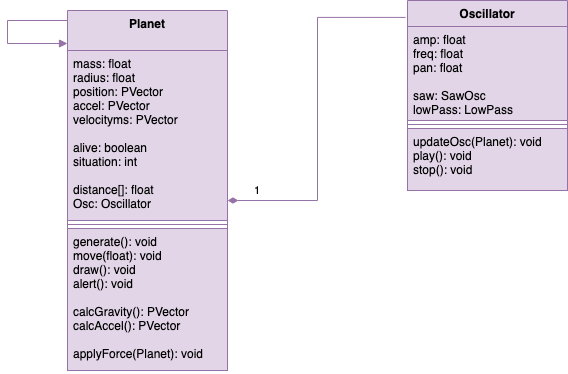
The draw.io diagram Klassendiagramm.drawio.png in Kepasu/Informatik-Projekt-S1, before a commit. Source tidied: cells renumbered, new cells last; positions are measured from the earlier drawing's top-left corner, leaving out a move shared by most shapes.
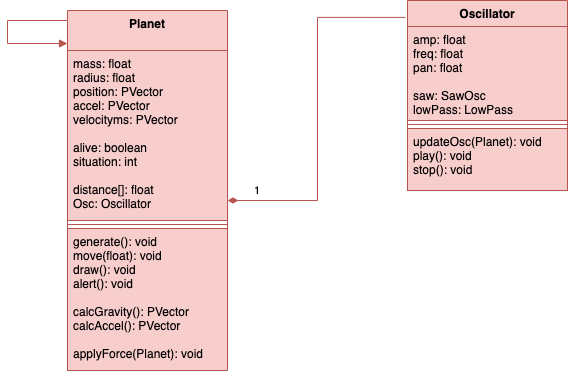
The same diagram one commit later.

Change to the diagram source:
```diff
@@ -2,10 +2,10 @@
   <root>
     <mxCell id="0" />
     <mxCell id="1" parent="0" />
-    <mxCell id="2" value="Planet" style="swimlane;fontStyle=1;align=center;verticalAlign=top;horizontal=1;startSize=40;fillColor=#e1d5e7;strokeColor=#9673a6;" parent="1" vertex="1">
+    <mxCell id="2" value="Planet" style="swimlane;fontStyle=1;align=center;verticalAlign=top;horizontal=1;startSize=40;fillColor=#f8cecc;strokeColor=#b85450;" parent="1" vertex="1">
       <mxGeometry x="60" y="10" width="160" height="360" as="geometry" />
     </mxCell>
-    <mxCell id="3" style="endArrow=block;endFill=1;html=1;edgeStyle=orthogonalEdgeStyle;align=left;verticalAlign=top;rounded=0;fillColor=#e1d5e7;strokeColor=#9673a6;" parent="2" edge="1">
+    <mxCell id="3" style="endArrow=block;endFill=1;html=1;edgeStyle=orthogonalEdgeStyle;align=left;verticalAlign=top;rounded=0;fillColor=#f8cecc;strokeColor=#b85450;" parent="2" edge="1">
       <mxGeometry x="-0.17" y="-40" relative="1" as="geometry">
         <mxPoint y="10" as="sourcePoint" />
         <mxPoint y="33" as="targetPoint" />
@@ -15,28 +15,28 @@
         </Array>
       </mxGeometry>
     </mxCell>
-    <mxCell id="4" value="mass: float&#10;radius: float&#10;position: PVector&#10;accel: PVector&#10;velocityms: PVector&#10;&#10;alive: boolean&#10;situation: int&#10;&#10;distance[]: float&#10;Osc: Oscillator&#10;" style="text;align=left;verticalAlign=top;spacingLeft=4;spacingRight=4;overflow=hidden;points=[[0,0.5],[1,0.5]];portConstraint=eastwest;fillColor=#e1d5e7;strokeColor=#9673a6;" parent="2" vertex="1">
+    <mxCell id="4" value="mass: float&#10;radius: float&#10;position: PVector&#10;accel: PVector&#10;velocityms: PVector&#10;&#10;alive: boolean&#10;situation: int&#10;&#10;distance[]: float&#10;Osc: Oscillator&#10;" style="text;align=left;verticalAlign=top;spacingLeft=4;spacingRight=4;overflow=hidden;points=[[0,0.5],[1,0.5]];portConstraint=eastwest;fillColor=#f8cecc;strokeColor=#b85450;" parent="2" vertex="1">
       <mxGeometry y="40" width="160" height="170" as="geometry" />
     </mxCell>
-    <mxCell id="5" style="line;strokeWidth=1;align=left;verticalAlign=middle;spacingTop=-1;spacingLeft=3;spacingRight=3;labelPosition=right;fillColor=#e1d5e7;strokeColor=#9673a6;" parent="2" vertex="1">
+    <mxCell id="5" style="line;strokeWidth=1;align=left;verticalAlign=middle;spacingTop=-1;spacingLeft=3;spacingRight=3;labelPosition=right;fillColor=#f8cecc;strokeColor=#b85450;" parent="2" vertex="1">
       <mxGeometry y="210" width="160" height="8" as="geometry" />
     </mxCell>
-    <mxCell id="6" value="generate(): void&#10;move(float): void&#10;draw(): void&#10;alert(): void&#10;&#10;calcGravity(): PVector&#10;calcAccel(): PVector&#10;&#10;applyForce(Planet): void&#10;&#10;" style="text;align=left;verticalAlign=top;spacingLeft=4;spacingRight=4;overflow=hidden;fillColor=#e1d5e7;strokeColor=#9673a6;" parent="2" vertex="1">
+    <mxCell id="6" value="generate(): void&#10;move(float): void&#10;draw(): void&#10;alert(): void&#10;&#10;calcGravity(): PVector&#10;calcAccel(): PVector&#10;&#10;applyForce(Planet): void&#10;&#10;" style="text;align=left;verticalAlign=top;spacingLeft=4;spacingRight=4;overflow=hidden;fillColor=#f8cecc;strokeColor=#b85450;" parent="2" vertex="1">
       <mxGeometry y="218" width="160" height="142" as="geometry" />
     </mxCell>
-    <mxCell id="7" value="Oscillator" style="swimlane;fontStyle=1;align=center;verticalAlign=top;horizontal=1;startSize=26;fillColor=#e1d5e7;strokeColor=#9673a6;" parent="1" vertex="1">
+    <mxCell id="7" value="Oscillator" style="swimlane;fontStyle=1;align=center;verticalAlign=top;horizontal=1;startSize=26;fillColor=#f8cecc;strokeColor=#b85450;" parent="1" vertex="1">
       <mxGeometry x="400" width="160" height="190" as="geometry" />
     </mxCell>
-    <mxCell id="8" value="amp: float&#10;freq: float&#10;pan: float&#10;&#10;saw: SawOsc&#10;lowPass: LowPass" style="text;align=left;verticalAlign=top;spacingLeft=4;spacingRight=4;overflow=hidden;fillColor=#e1d5e7;strokeColor=#9673a6;" parent="7" vertex="1">
+    <mxCell id="8" value="amp: float&#10;freq: float&#10;pan: float&#10;&#10;saw: SawOsc&#10;lowPass: LowPass" style="text;align=left;verticalAlign=top;spacingLeft=4;spacingRight=4;overflow=hidden;fillColor=#f8cecc;strokeColor=#b85450;" parent="7" vertex="1">
       <mxGeometry y="26" width="160" height="94" as="geometry" />
     </mxCell>
-    <mxCell id="9" style="line;strokeWidth=1;align=left;verticalAlign=middle;spacingTop=-1;spacingLeft=3;spacingRight=3;labelPosition=right;fillColor=#e1d5e7;strokeColor=#9673a6;" parent="7" vertex="1">
+    <mxCell id="9" style="line;strokeWidth=1;align=left;verticalAlign=middle;spacingTop=-1;spacingLeft=3;spacingRight=3;labelPosition=right;fillColor=#f8cecc;strokeColor=#b85450;" parent="7" vertex="1">
       <mxGeometry y="120" width="160" height="8" as="geometry" />
     </mxCell>
-    <mxCell id="10" value="updateOsc(Planet): void&#10;play(): void&#10;stop(): void&#10;" style="text;align=left;verticalAlign=top;spacingLeft=4;spacingRight=4;overflow=hidden;fillColor=#e1d5e7;strokeColor=#9673a6;" parent="7" vertex="1">
+    <mxCell id="10" value="updateOsc(Planet): void&#10;play(): void&#10;stop(): void&#10;" style="text;align=left;verticalAlign=top;spacingLeft=4;spacingRight=4;overflow=hidden;fillColor=#f8cecc;strokeColor=#b85450;" parent="7" vertex="1">
       <mxGeometry y="128" width="160" height="62" as="geometry" />
     </mxCell>
-    <mxCell id="11" value="1" style="endArrow=none;html=1;startArrow=diamondThin;startFill=1;edgeStyle=orthogonalEdgeStyle;align=left;verticalAlign=bottom;rounded=0;entryX=-0.012;entryY=0.089;entryDx=0;entryDy=0;entryPerimeter=0;strokeWidth=1;endFill=0;startSize=8;fillColor=#e1d5e7;strokeColor=#9673a6;" parent="1" edge="1" source="4" target="7">
+    <mxCell id="11" value="1" style="endArrow=none;html=1;startArrow=diamondThin;startFill=1;edgeStyle=orthogonalEdgeStyle;align=left;verticalAlign=bottom;rounded=0;entryX=-0.012;entryY=0.089;entryDx=0;entryDy=0;entryPerimeter=0;strokeWidth=1;endFill=0;startSize=8;fillColor=#f8cecc;strokeColor=#b85450;" parent="1" edge="1" source="4" target="7">
       <mxGeometry x="-0.86" relative="1" as="geometry">
         <Array as="points">
           <mxPoint x="310" y="200" />
```
